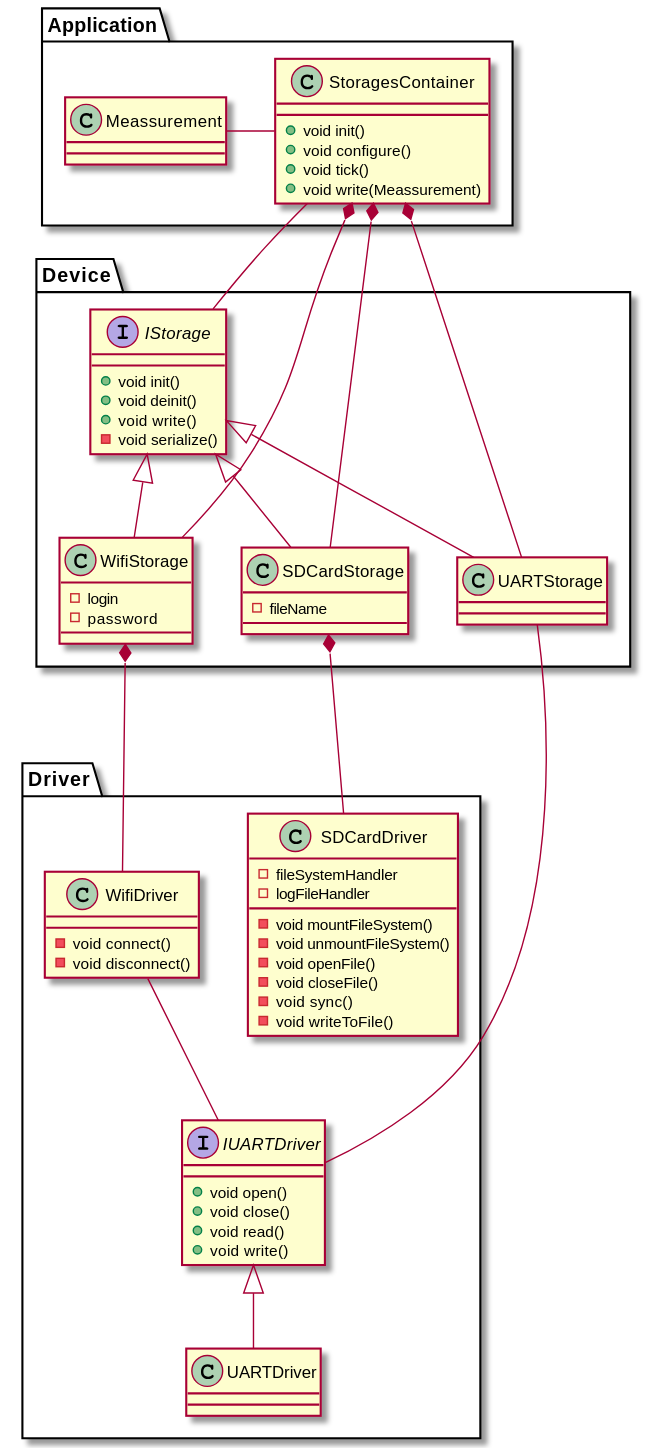
RobertGawron/HardwareDataLogger keeps this PlantUML diagram as Documentation/Diagrams/Export/Documentation/Diagrams/Source/NUCLEO-F103RB/Storage_Class_Diagram.svg. Above is the earlier version.
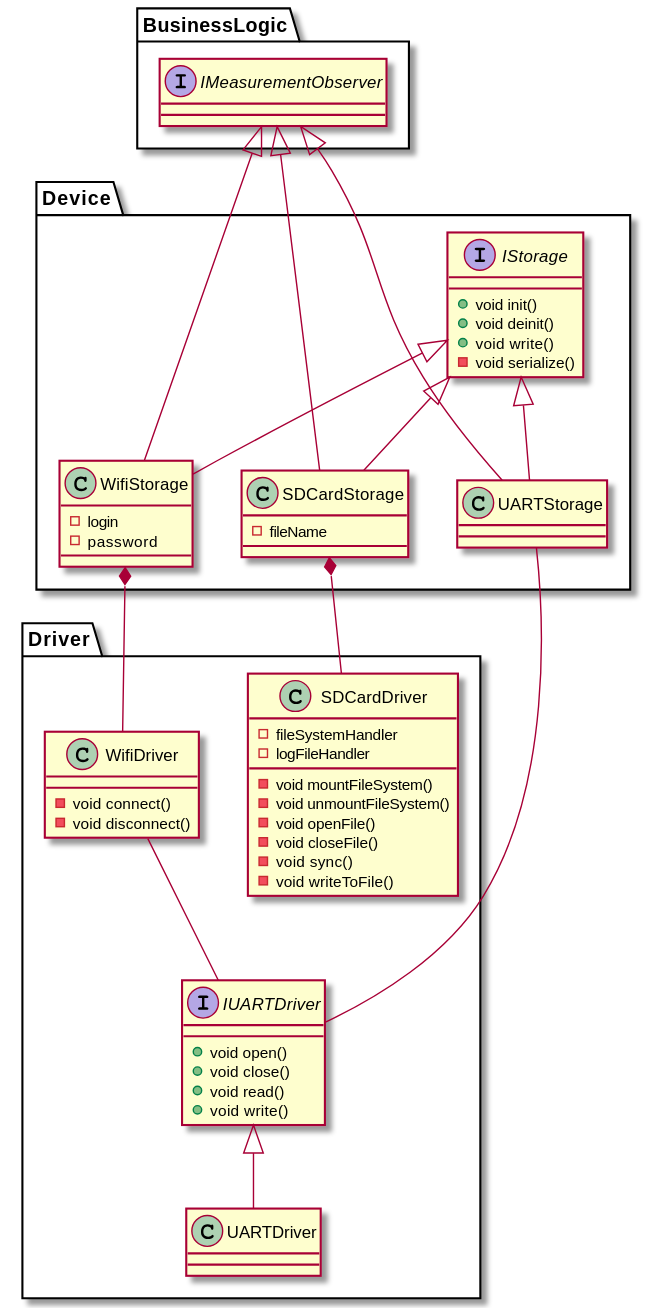
Above is the later version.

What changed in the source:
```diff
@@ -1,16 +1,8 @@
 @startuml
 
-package Application {
-    class Meassurement
+package BusinessLogic {
 
-    class StoragesContainer {
-        +void init()
-        +void configure()
-        +void tick()
-        +void write(Meassurement)
-    }
-
-    Meassurement - StoragesContainer
+     interface IMeasurementObserver
 }
 
 package Device {
@@ -64,17 +56,16 @@
 }
 
 
-StoragesContainer -- IStorage
-StoragesContainer *--- SDCardStorage
-StoragesContainer *--- UARTStorage
-StoragesContainer *--- WifiStorage
+IMeasurementObserver <|--- SDCardStorage
+IMeasurementObserver <|-- UARTStorage
+IMeasurementObserver <|-- WifiStorage
 
 IStorage <|-- WifiStorage
 IStorage <|-- SDCardStorage
 IStorage <|-- UARTStorage
 
 SDCardStorage *-- SDCardDriver
-WifiStorage *--- WifiDriver
+WifiStorage *-- WifiDriver
 
 UARTStorage -- IUARTDriver
 WifiDriver -- IUARTDriver
```
